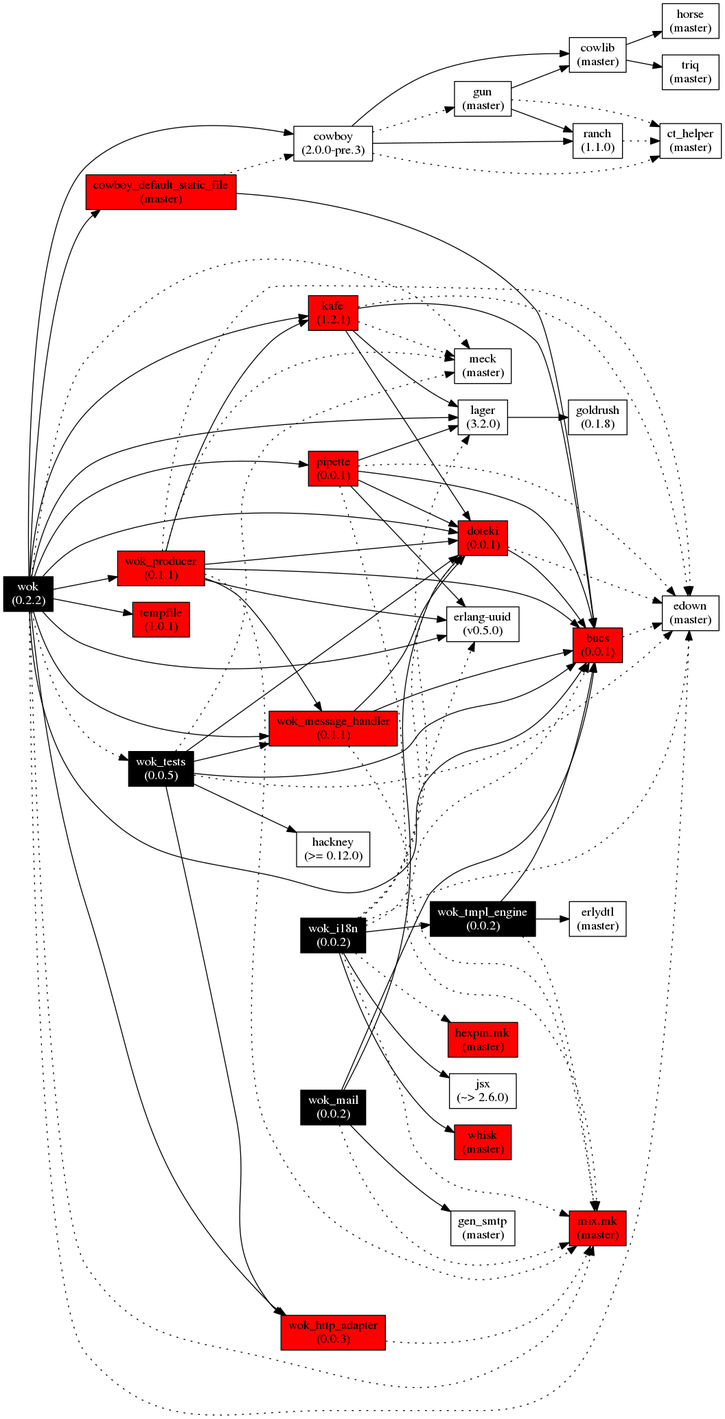
botsunit/wok keeps this Graphviz diagram as images/wok.deps.png. Above is the earlier version. Its source is kept beside it as images/wok.deps.gv.
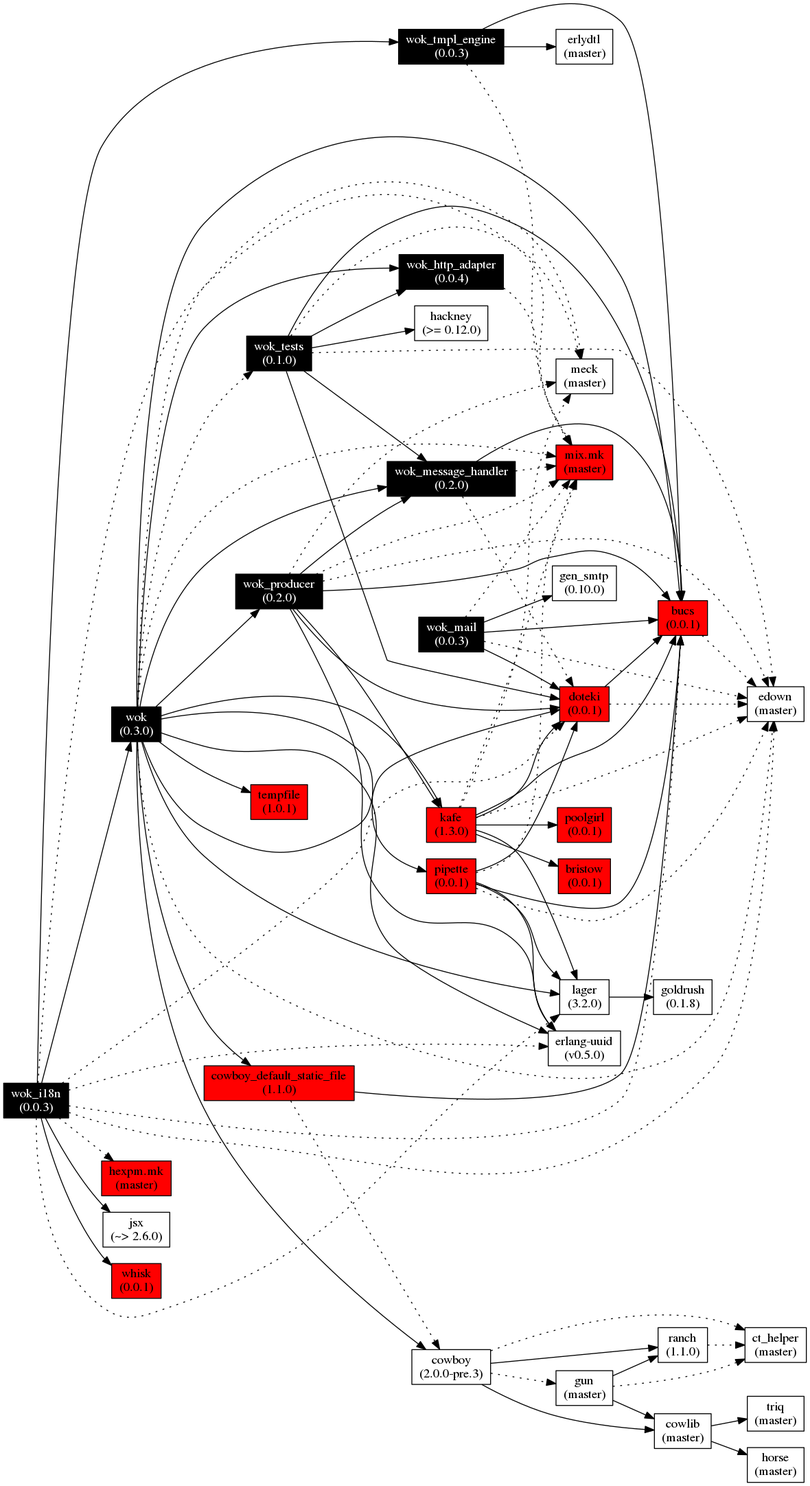
Above is the later version.

The edit, as a diff of the source:
```diff
@@ -6,15 +6,17 @@
     rankdir=LR;
   ]
 
-  wok[label="wok\n(0.2.2)", fontcolor="white", style="filled", fillcolor="black"];
+  wok[label="wok\n(0.3.0)", fontcolor="white", style="filled", fillcolor="black"];
   lager[label="lager\n(3.2.0)"];
-  wok_http_adapter[label="wok_http_adapter\n(0.0.3)", style="filled", fillcolor="red"];
-  wok_message_handler[label="wok_message_handler\n(0.1.1)", style="filled", fillcolor="red"];
-  wok_producer[label="wok_producer\n(0.1.1)", style="filled", fillcolor="red"];
+  wok_http_adapter[label="wok_http_adapter\n(0.0.4)", fontcolor="white", style="filled", fillcolor="black"];
+  wok_message_handler[label="wok_message_handler\n(0.2.0)", fontcolor="white", style="filled", fillcolor="black"];
+  wok_producer[label="wok_producer\n(0.2.0)", fontcolor="white", style="filled", fillcolor="black"];
   pipette[label="pipette\n(0.0.1)", style="filled", fillcolor="red"];
-  kafe[label="kafe\n(1.2.1)", style="filled", fillcolor="red"];
+  kafe[label="kafe\n(1.3.0)", style="filled", fillcolor="red"];
+  poolgirl[label="poolgirl\n(0.0.1)", style="filled", fillcolor="red"];
+  bristow[label="bristow\n(0.0.1)", style="filled", fillcolor="red"];
   cowboy[label="cowboy\n(2.0.0-pre.3)"];
-  cowboy_default_static_file[label="cowboy_default_static_file\n(master)", style="filled", fillcolor="red"];
+  cowboy_default_static_file[label="cowboy_default_static_file\n(1.1.0)", style="filled", fillcolor="red"];
   tempfile[label="tempfile\n(1.0.1)", style="filled", fillcolor="red"];
   bucs[label="bucs\n(0.0.1)", style="filled", fillcolor="red"];
   doteki[label="doteki\n(0.0.1)", style="filled", fillcolor="red"];
@@ -22,7 +24,7 @@
   mix_mk[label="mix.mk\n(master)", style="filled", fillcolor="red"];
   edown[label="edown\n(master)"];
   meck[label="meck\n(master)"];
-  wok_tests[label="wok_tests\n(0.0.5)", fontcolor="white", style="filled", fillcolor="black"];
+  wok_tests[label="wok_tests\n(0.1.0)", fontcolor="white", style="filled", fillcolor="black"];
   goldrush[label="goldrush\n(0.1.8)"];
   cowlib[label="cowlib\n(master)"];
   ranch[label="ranch\n(1.1.0)"];
@@ -31,13 +33,13 @@
   hackney[label="hackney\n(>= 0.12.0)"];
   horse[label="horse\n(master)"];
   triq[label="triq\n(master)"];
-  wok_mail[label="wok_mail\n(0.0.2)", fontcolor="white", style="filled", fillcolor="black"];
-  gen_smtp[label="gen_smtp\n(master)"];
-  wok_i18n[label="wok_i18n\n(0.0.2)", fontcolor="white", style="filled", fillcolor="black"];
+  wok_mail[label="wok_mail\n(0.0.3)", fontcolor="white", style="filled", fillcolor="black"];
+  gen_smtp[label="gen_smtp\n(0.10.0)"];
+  wok_i18n[label="wok_i18n\n(0.0.3)", fontcolor="white", style="filled", fillcolor="black"];
   hexpm_mk[label="hexpm.mk\n(master)", style="filled", fillcolor="red"];
   jsx[label="jsx\n(~> 2.6.0)"];
-  whisk[label="whisk\n(master)", style="filled", fillcolor="red"];
-  wok_tmpl_engine[label="wok_tmpl_engine\n(0.0.2)", fontcolor="white", style="filled", fillcolor="black"];
+  whisk[label="whisk\n(0.0.1)", style="filled", fillcolor="red"];
+  wok_tmpl_engine[label="wok_tmpl_engine\n(0.0.3)", fontcolor="white", style="filled", fillcolor="black"];
   erlydtl[label="erlydtl\n(master)"];
 
   wok -> lager;
@@ -62,7 +64,7 @@
   wok_http_adapter -> mix_mk[style=dotted];
 
   wok_message_handler -> bucs;
-  wok_message_handler -> doteki;
+  wok_message_handler -> doteki[style=dotted];
   wok_message_handler -> mix_mk[style=dotted];
 
   wok_producer -> wok_message_handler;
@@ -84,8 +86,11 @@
   kafe -> lager;
   kafe -> bucs;
   kafe -> doteki;
+  kafe -> poolgirl;
+  kafe -> bristow;
   kafe -> edown[style=dotted];
   kafe -> meck[style=dotted];
+  kafe -> mix_mk[style=dotted];
 
   cowboy -> cowlib;
   cowboy -> ranch;
@@ -120,6 +125,7 @@
   wok_mail -> bucs;
   wok_mail -> doteki;
   wok_mail -> gen_smtp;
+  wok_mail -> edown[style=dotted];
   wok_mail -> mix_mk[style=dotted];
 
   wok_i18n -> whisk;
@@ -132,6 +138,7 @@
   wok_i18n -> bucs[style=dotted];
   wok_i18n -> uuid[style=dotted];
   wok_i18n -> edown[style=dotted];
+  wok_i18n -> wok;
 
   wok_tmpl_engine -> erlydtl;
   wok_tmpl_engine -> bucs;
```
